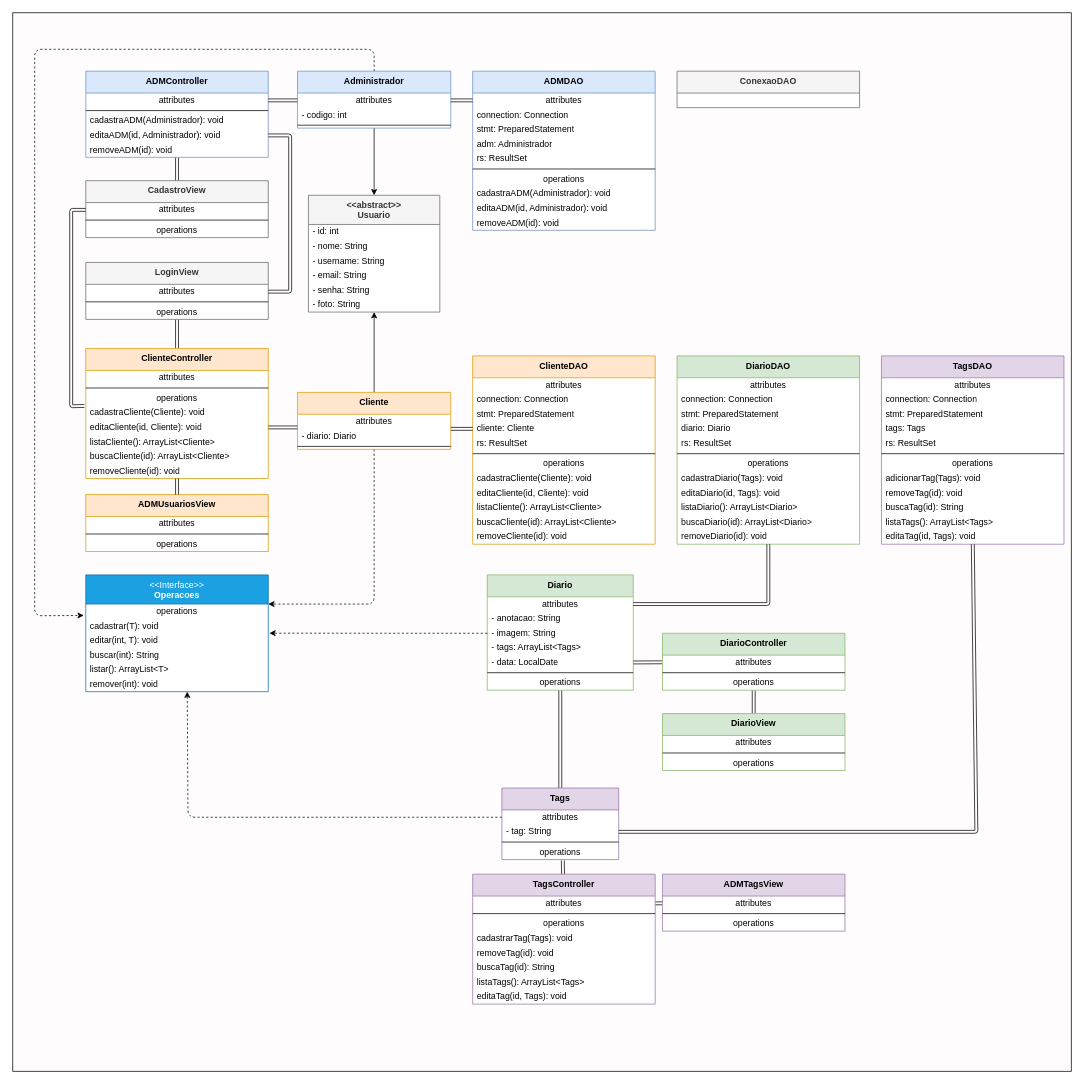
The draw.io diagram Documentação/diagramaUML.drawio in laisvarela/DiarioProjeto, before the edit. Source tidied: cells renumbered, new cells numbered last; positions are measured from the earlier drawing's top-left corner, leaving out a move shared by most shapes. Both pictures are drawn from the tidied source at 73%, with x=0, y=0 at pixel (12, 12).
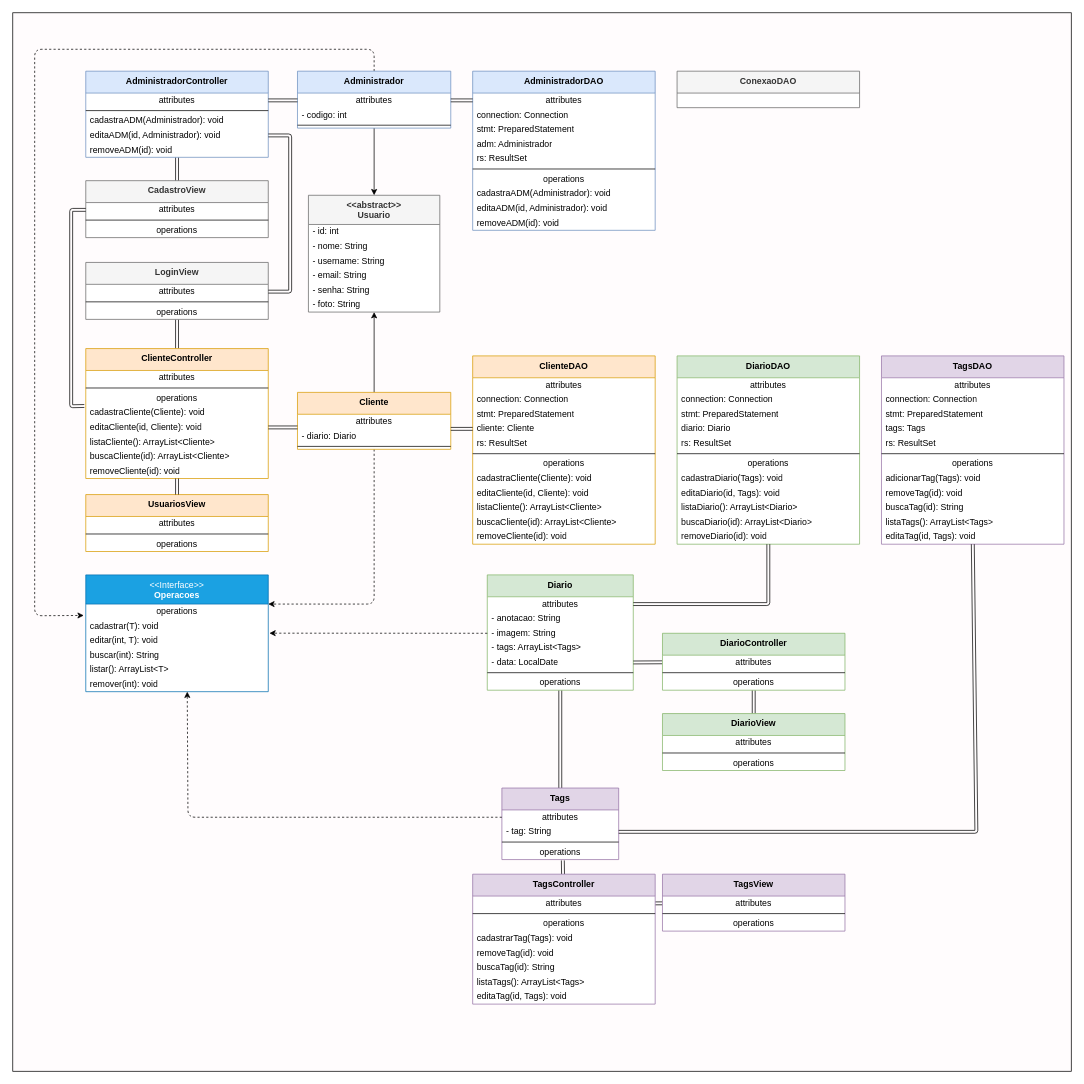
The same page after the edit.

The edit, as a diff of the source:
```diff
@@
-    <mxCell id="68" value="&lt;div&gt;&lt;b style=&quot;background-color: transparent;&quot;&gt;ADMTagsView&lt;/b&gt;&lt;/div&gt;&lt;div&gt;&lt;b style=&quot;background-color: transparent;&quot;&gt;&lt;br&gt;&lt;/b&gt;&lt;/div&gt;" style="swimlane;fontStyle=0;align=center;verticalAlign=top;horizontal=1;startSize=30;html=1;whiteSpace=wrap;fillColor=#e1d5e7;strokeColor=#9673a6;swimlaneFillColor=default;" parent="1" vertex="1">
+    <mxCell id="68" value="&lt;div&gt;&lt;b style=&quot;background-color: transparent;&quot;&gt;TagsView&lt;/b&gt;&lt;/div&gt;&lt;div&gt;&lt;b style=&quot;background-color: transparent;&quot;&gt;&lt;br&gt;&lt;/b&gt;&lt;/div&gt;" style="swimlane;fontStyle=0;align=center;verticalAlign=top;horizontal=1;startSize=30;html=1;whiteSpace=wrap;fillColor=#e1d5e7;strokeColor=#9673a6;swimlaneFillColor=default;" parent="1" vertex="1">
       <mxGeometry x="890" y="1180" width="250" height="78" as="geometry" />
     </mxCell>
@@
-    <mxCell id="72" value="&lt;div&gt;&lt;b style=&quot;background-color: transparent;&quot;&gt;ADMUsuariosView&lt;/b&gt;&lt;/div&gt;&lt;div&gt;&lt;b style=&quot;background-color: transparent;&quot;&gt;&lt;br&gt;&lt;/b&gt;&lt;/div&gt;" style="swimlane;fontStyle=0;align=center;verticalAlign=top;horizontal=1;startSize=30;html=1;whiteSpace=wrap;fillColor=#ffe6cc;strokeColor=#d79b00;swimlaneFillColor=default;" parent="1" vertex="1">
+    <mxCell id="72" value="&lt;div&gt;&lt;b style=&quot;background-color: transparent;&quot;&gt;UsuariosView&lt;/b&gt;&lt;/div&gt;&lt;div&gt;&lt;b style=&quot;background-color: transparent;&quot;&gt;&lt;br&gt;&lt;/b&gt;&lt;/div&gt;" style="swimlane;fontStyle=0;align=center;verticalAlign=top;horizontal=1;startSize=30;html=1;whiteSpace=wrap;fillColor=#ffe6cc;strokeColor=#d79b00;swimlaneFillColor=default;" parent="1" vertex="1">
       <mxGeometry x="100" y="660" width="250" height="78" as="geometry" />
     </mxCell>
@@
-    <mxCell id="94" value="&lt;div&gt;&lt;b style=&quot;background-color: transparent;&quot;&gt;ADMController&lt;/b&gt;&lt;/div&gt;" style="swimlane;fontStyle=0;align=center;verticalAlign=top;horizontal=1;startSize=30;html=1;whiteSpace=wrap;fillColor=#dae8fc;strokeColor=#6c8ebf;gradientColor=none;swimlaneFillColor=default;" parent="1" vertex="1">
+    <mxCell id="94" value="&lt;div&gt;&lt;b style=&quot;background-color: transparent;&quot;&gt;AdministradorController&lt;/b&gt;&lt;/div&gt;" style="swimlane;fontStyle=0;align=center;verticalAlign=top;horizontal=1;startSize=30;html=1;whiteSpace=wrap;fillColor=#dae8fc;strokeColor=#6c8ebf;gradientColor=none;swimlaneFillColor=default;" parent="1" vertex="1">
       <mxGeometry x="100" y="80" width="250" height="118" as="geometry" />
     </mxCell>
@@
-    <mxCell id="100" value="&lt;div&gt;&lt;b style=&quot;background-color: transparent;&quot;&gt;ADMDAO&lt;/b&gt;&lt;/div&gt;&lt;div&gt;&lt;b style=&quot;background-color: transparent;&quot;&gt;&lt;br&gt;&lt;/b&gt;&lt;/div&gt;" style="swimlane;fontStyle=0;align=center;verticalAlign=top;horizontal=1;startSize=30;html=1;whiteSpace=wrap;fillColor=#dae8fc;strokeColor=#6c8ebf;swimlaneFillColor=default;" parent="1" vertex="1">
+    <mxCell id="100" value="&lt;div&gt;&lt;b style=&quot;background-color: transparent;&quot;&gt;AdministradorDAO&lt;/b&gt;&lt;/div&gt;&lt;div&gt;&lt;b style=&quot;background-color: transparent;&quot;&gt;&lt;br&gt;&lt;/b&gt;&lt;/div&gt;" style="swimlane;fontStyle=0;align=center;verticalAlign=top;horizontal=1;startSize=30;html=1;whiteSpace=wrap;fillColor=#dae8fc;strokeColor=#6c8ebf;swimlaneFillColor=default;" parent="1" vertex="1">
       <mxGeometry x="630" y="80" width="250" height="218" as="geometry" />
     </mxCell>
```
